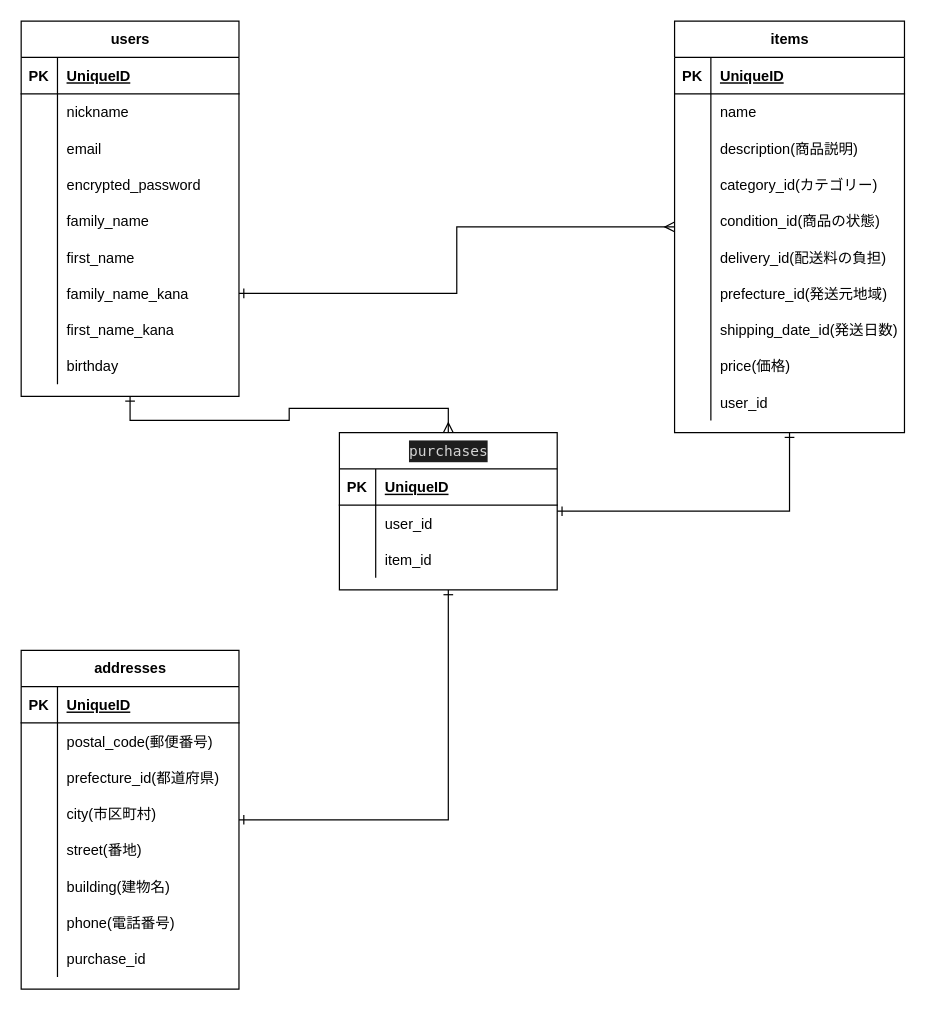
Before: furima.dio in oak1331/furima-33794, a draw.io diagram. Source tidied: cells renumbered, new cells numbered last; positions are measured from the earlier drawing's top-left corner, leaving out a move shared by most shapes. Both pictures are drawn from the tidied source at 121%, with x=0, y=0 at pixel (21, 21).
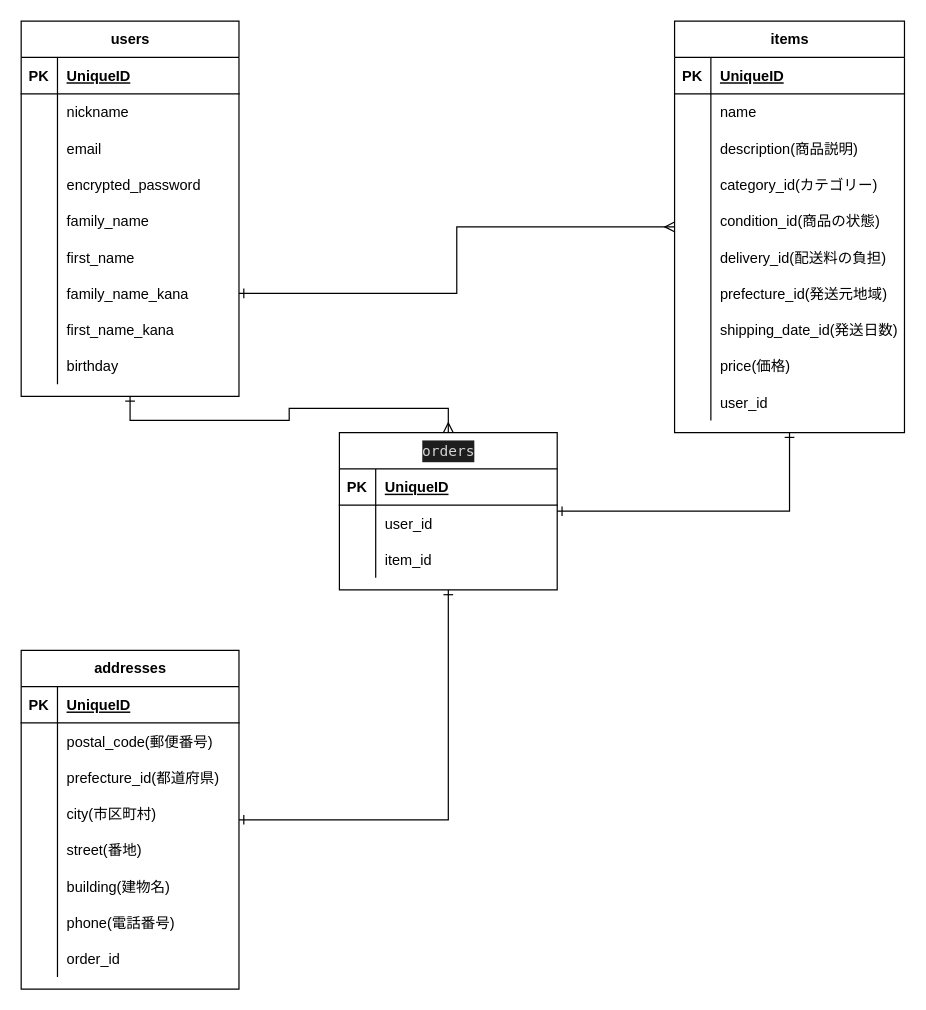
Above is the later version.

Unchanged cells that the change refers to:
```xml
<mxCell id="85" style="shape=partialRectangle;fillColor=none;top=0;left=0;bottom=0;right=0;" parent="63" vertex="1">
  <mxGeometry y="240" width="180" height="30" as="geometry" />
</mxCell>
```

Diff of the diagram source:
```diff
@@
-    <mxCell id="87" value="purchase_id" style="shape=partialRectangle;fillColor=none;top=0;left=0;bottom=0;right=0;align=left;spacingLeft=6;overflow=hidden;" parent="85" vertex="1">
+    <mxCell id="87" value="order_id" style="shape=partialRectangle;fillColor=none;top=0;left=0;bottom=0;right=0;align=left;spacingLeft=6;overflow=hidden;" parent="85" vertex="1">
       <mxGeometry x="30" width="150" height="30" as="geometry" />
     </mxCell>
@@
-    <mxCell id="89" value="&lt;div style=&quot;color: rgb(212 , 212 , 212) ; background-color: rgb(30 , 30 , 30) ; font-family: &amp;#34;menlo&amp;#34; , &amp;#34;monaco&amp;#34; , &amp;#34;courier new&amp;#34; , monospace ; font-weight: normal ; line-height: 18px&quot;&gt;purchases&lt;/div&gt;" style="shape=table;startSize=30;childLayout=tableLayout;rowLines=0;fontStyle=1;align=center;html=1;" parent="1" vertex="1">
+    <mxCell id="89" value="&lt;div style=&quot;color: rgb(212 , 212 , 212) ; background-color: rgb(30 , 30 , 30) ; font-family: &amp;#34;menlo&amp;#34; , &amp;#34;monaco&amp;#34; , &amp;#34;courier new&amp;#34; , monospace ; font-weight: normal ; line-height: 18px&quot;&gt;orders&lt;/div&gt;" style="shape=table;startSize=30;childLayout=tableLayout;rowLines=0;fontStyle=1;align=center;html=1;" parent="1" vertex="1">
       <mxGeometry x="263" y="340" width="180" height="130" as="geometry" />
     </mxCell>
```
